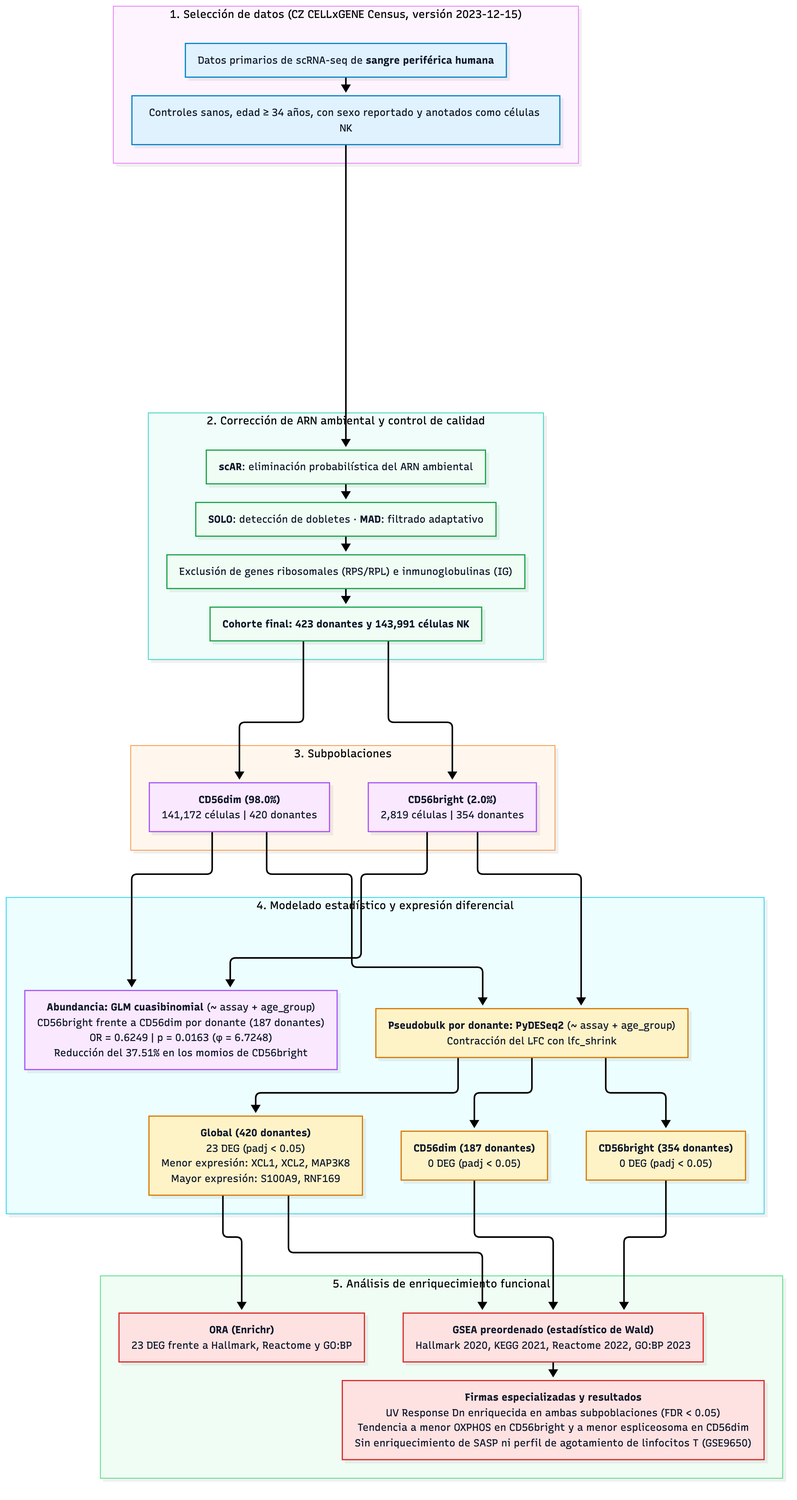
Above: tesis/figures/figura2_flujo_metodologico.png in Alfred3005/NK_main_branch (Mermaid), before the change. Its source is kept beside it as docs/figura2_flujo_metodologico.mmd.
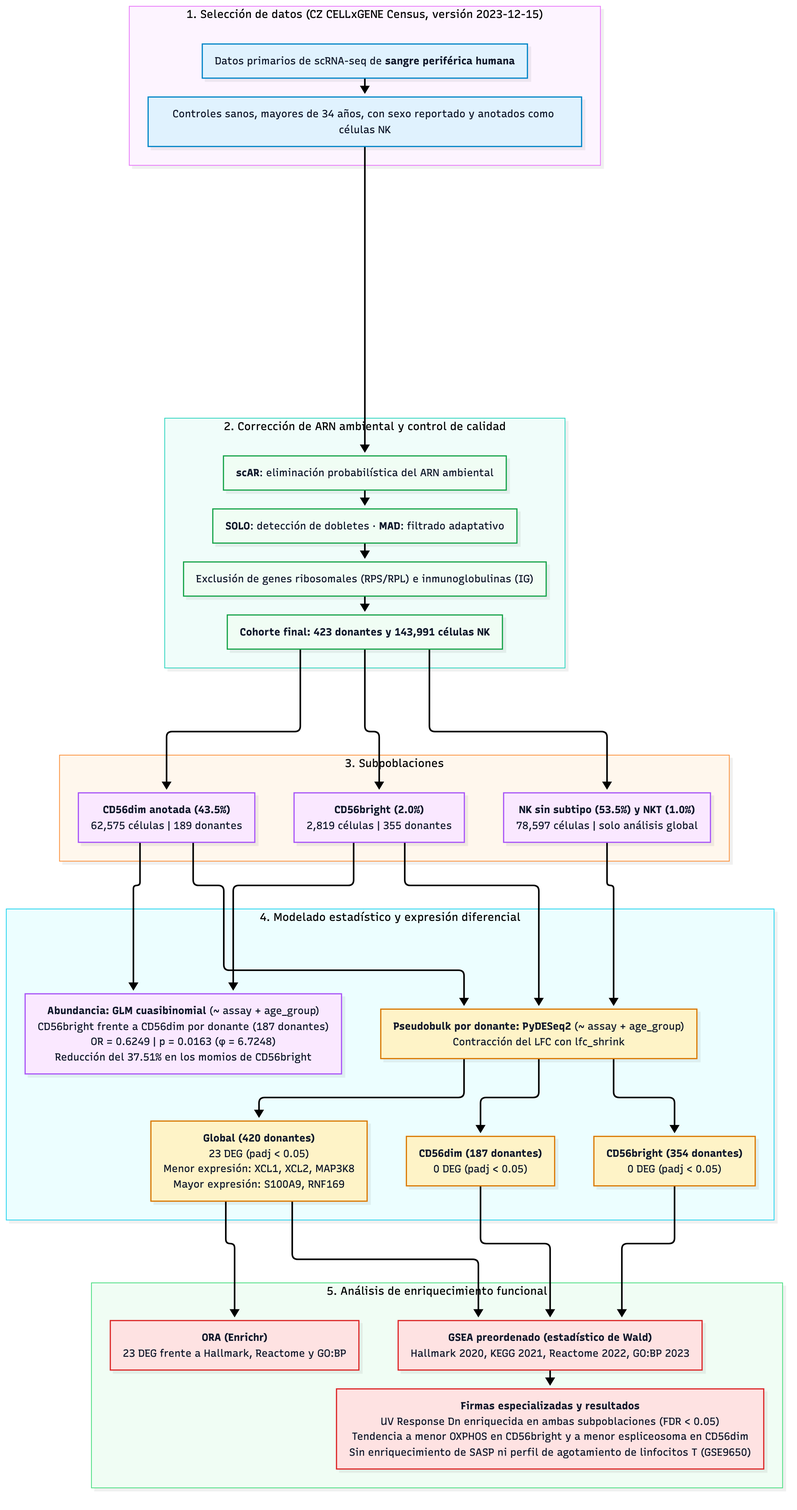
Above is the later version.

The edit, as a diff of the source:
```diff
@@ -7,7 +7,7 @@
     classDef functional fill:#fee2e2,stroke:#dc2626,stroke-width:1.5px,color:#0f172a,font-size:13px;
 
     subgraph SEC1 ["1. Selección de datos (CZ CELLxGENE Census, versión 2023-12-15)"]
-        A0["Datos primarios de scRNA-seq de <b>sangre periférica humana</b>"]:::procurement --> A["Controles sanos, edad ≥ 34 años, con sexo reportado y anotados como células NK"]:::procurement
+        A0["Datos primarios de scRNA-seq de <b>sangre periférica humana</b>"]:::procurement --> A["Controles sanos, mayores de 34 años, con sexo reportado y anotados como células NK"]:::procurement
     end
 
     subgraph SEC2 ["2. Corrección de ARN ambiental y control de calidad"]
@@ -18,13 +18,14 @@
     end
 
     subgraph SEC3 ["3. Subpoblaciones"]
-        H --> I["<b>CD56dim (98.0%)</b><br>141,172 células | 420 donantes"]:::abundance
-        H --> J["<b>CD56bright (2.0%)</b><br>2,819 células | 354 donantes"]:::abundance
+        H --> I["<b>CD56dim anotada (43.5%)</b><br>62,575 células | 189 donantes"]:::abundance
+        H --> J["<b>CD56bright (2.0%)</b><br>2,819 células | 355 donantes"]:::abundance
+        H --> X["<b>NK sin subtipo (53.5%) y NKT (1.0%)</b><br>78,597 células | solo análisis global"]:::abundance
     end
 
     subgraph SEC4 ["4. Modelado estadístico y expresión diferencial"]
         I & J --> K["<b>Abundancia: GLM cuasibinomial</b> (~ assay + age_group)<br>CD56bright frente a CD56dim por donante (187 donantes)<br>OR = 0.6249 | p = 0.0163 (φ = 6.7248)<br>Reducción del 37.51% en los momios de CD56bright"]:::abundance
-        I & J --> L["<b>Pseudobulk por donante: PyDESeq2</b> (~ assay + age_group)<br>Contracción del LFC con lfc_shrink"]:::pseudobulk
+        I & J & X --> L["<b>Pseudobulk por donante: PyDESeq2</b> (~ assay + age_group)<br>Contracción del LFC con lfc_shrink"]:::pseudobulk
         L --> M["<b>Global (420 donantes)</b><br>23 DEG (padj < 0.05)<br>Menor expresión: XCL1, XCL2, MAP3K8<br>Mayor expresión: S100A9, RNF169"]:::pseudobulk
         L --> N["<b>CD56dim (187 donantes)</b><br>0 DEG (padj < 0.05)"]:::pseudobulk
         L --> O["<b>CD56bright (354 donantes)</b><br>0 DEG (padj < 0.05)"]:::pseudobulk
```
